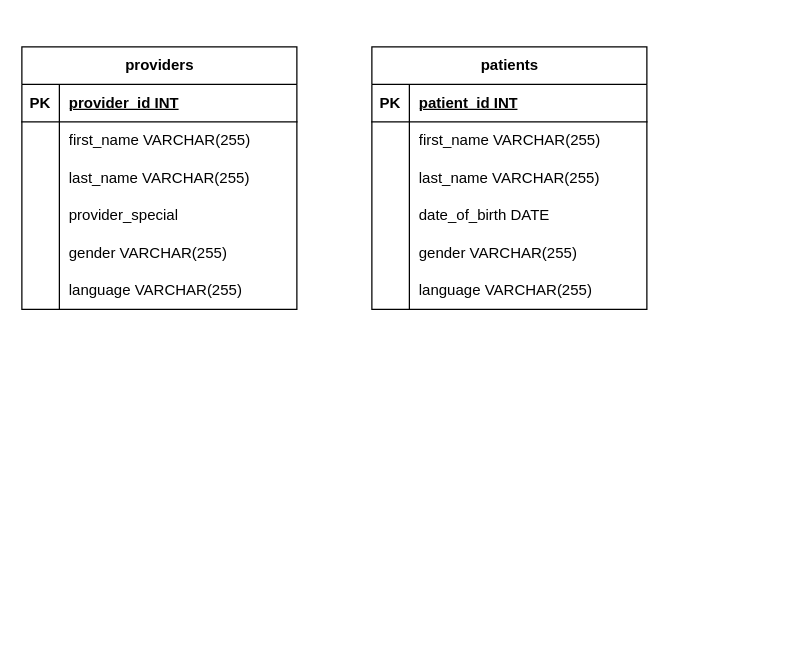
Above: telemedicine.drawio in Kasmelopel91/Tindog (draw.io), before the change. Source tidied: cells renumbered, new cells numbered last; positions are measured from the earlier drawing's top-left corner, leaving out a move shared by most shapes. Both pictures are drawn from the tidied source at 125%, with x=0, y=0 at pixel (21, 46).
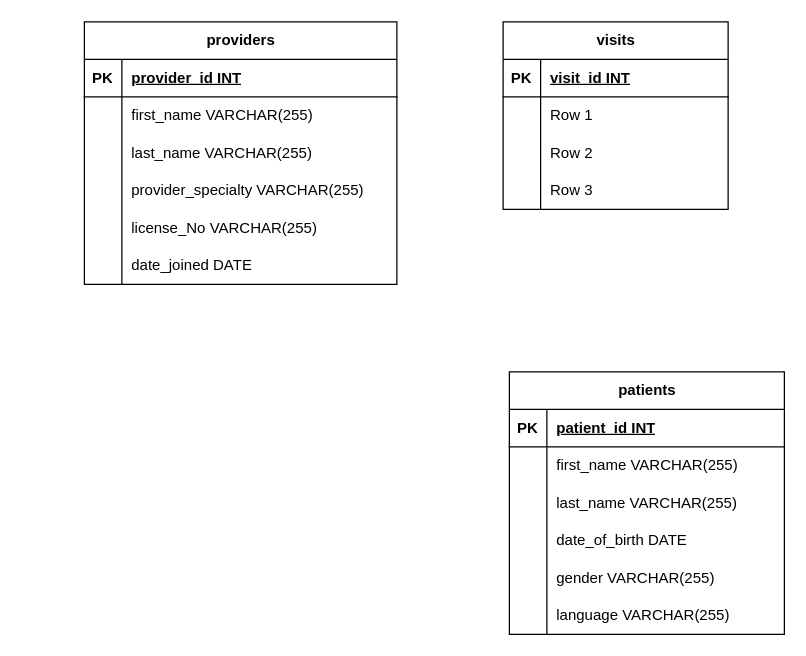
The same diagram, later.

Change to the diagram source:
```diff
@@
     <mxCell id="2" value="patients" style="shape=table;startSize=30;childLayout=tableLayout;rowLines=0;fontStyle=1;align=center;html=1;" parent="1" vertex="1">
-      <mxGeometry x="280" width="220" height="210" as="geometry" />
+      <mxGeometry x="390" y="260" width="220" height="210" as="geometry" />
     </mxCell>
@@
     <mxCell id="21" value="providers" style="shape=table;startSize=30;childLayout=tableLayout;rowLines=0;fontStyle=1;align=center;html=1;" parent="1" vertex="1">
-      <mxGeometry width="220" height="210" as="geometry" />
+      <mxGeometry x="50" y="-20" width="250" height="210" as="geometry" />
     </mxCell>
     <mxCell id="22" style="shape=tableRow;horizontal=0;startSize=0;swimlaneHead=0;swimlaneBody=0;fillColor=none;top=0;left=0;right=0;bottom=1;" parent="21" vertex="1">
-      <mxGeometry y="30" width="220" height="30" as="geometry" />
+      <mxGeometry y="30" width="250" height="30" as="geometry" />
     </mxCell>
@@
     <mxCell id="24" value="provider_id INT" style="shape=partialRectangle;fillColor=none;top=0;left=0;bottom=0;right=0;align=left;spacingLeft=6;fontStyle=5;overflow=hidden;whiteSpace=wrap;html=1;" parent="22" vertex="1">
-      <mxGeometry x="30" width="190" height="30" as="geometry" />
+      <mxGeometry x="30" width="220" height="30" as="geometry" />
     </mxCell>
     <mxCell id="25" style="shape=tableRow;horizontal=0;startSize=0;swimlaneHead=0;swimlaneBody=0;fillColor=none;top=0;left=0;right=0;bottom=0;" parent="21" vertex="1">
-      <mxGeometry y="60" width="220" height="30" as="geometry" />
+      <mxGeometry y="60" width="250" height="30" as="geometry" />
     </mxCell>
@@
     <mxCell id="27" value="first_name VARCHAR(255)" style="shape=partialRectangle;fillColor=none;top=0;left=0;bottom=0;right=0;align=left;spacingLeft=6;overflow=hidden;whiteSpace=wrap;html=1;" parent="25" vertex="1">
-      <mxGeometry x="30" width="190" height="30" as="geometry" />
+      <mxGeometry x="30" width="220" height="30" as="geometry" />
     </mxCell>
     <mxCell id="28" style="shape=tableRow;horizontal=0;startSize=0;swimlaneHead=0;swimlaneBody=0;fillColor=none;top=0;left=0;right=0;bottom=0;" parent="21" vertex="1">
-      <mxGeometry y="90" width="220" height="30" as="geometry" />
+      <mxGeometry y="90" width="250" height="30" as="geometry" />
     </mxCell>
@@
     <mxCell id="30" value="last_name VARCHAR(255)" style="shape=partialRectangle;fillColor=none;top=0;left=0;bottom=0;right=0;align=left;spacingLeft=6;overflow=hidden;whiteSpace=wrap;html=1;" parent="28" vertex="1">
-      <mxGeometry x="30" width="190" height="30" as="geometry" />
+      <mxGeometry x="30" width="220" height="30" as="geometry" />
     </mxCell>
     <mxCell id="31" style="shape=tableRow;horizontal=0;startSize=0;swimlaneHead=0;swimlaneBody=0;fillColor=none;top=0;left=0;right=0;bottom=0;" parent="21" vertex="1">
-      <mxGeometry y="120" width="220" height="30" as="geometry" />
+      <mxGeometry y="120" width="250" height="30" as="geometry" />
     </mxCell>
@@
-    <mxCell id="33" value="provider_special" style="shape=partialRectangle;fillColor=none;top=0;left=0;bottom=0;right=0;align=left;spacingLeft=6;overflow=hidden;whiteSpace=wrap;html=1;" parent="31" vertex="1">
-      <mxGeometry x="30" width="190" height="30" as="geometry" />
+    <mxCell id="33" value="provider_specialty VARCHAR(255)" style="shape=partialRectangle;fillColor=none;top=0;left=0;bottom=0;right=0;align=left;spacingLeft=6;overflow=hidden;whiteSpace=wrap;html=1;" parent="31" vertex="1">
+      <mxGeometry x="30" width="220" height="30" as="geometry" />
     </mxCell>
     <mxCell id="34" style="shape=tableRow;horizontal=0;startSize=0;swimlaneHead=0;swimlaneBody=0;fillColor=none;top=0;left=0;right=0;bottom=0;" parent="21" vertex="1">
-      <mxGeometry y="150" width="220" height="30" as="geometry" />
+      <mxGeometry y="150" width="250" height="30" as="geometry" />
     </mxCell>
@@
-    <mxCell id="36" value="gender VARCHAR(255)" style="shape=partialRectangle;fillColor=none;top=0;left=0;bottom=0;right=0;align=left;spacingLeft=6;overflow=hidden;whiteSpace=wrap;html=1;" parent="34" vertex="1">
-      <mxGeometry x="30" width="190" height="30" as="geometry" />
+    <mxCell id="36" value="license_No VARCHAR(255)" style="shape=partialRectangle;fillColor=none;top=0;left=0;bottom=0;right=0;align=left;spacingLeft=6;overflow=hidden;whiteSpace=wrap;html=1;" parent="34" vertex="1">
+      <mxGeometry x="30" width="220" height="30" as="geometry" />
     </mxCell>
     <mxCell id="37" style="shape=tableRow;horizontal=0;startSize=0;swimlaneHead=0;swimlaneBody=0;fillColor=none;top=0;left=0;right=0;bottom=0;" parent="21" vertex="1">
-      <mxGeometry y="180" width="220" height="30" as="geometry" />
+      <mxGeometry y="180" width="250" height="30" as="geometry" />
     </mxCell>
@@
-    <mxCell id="39" value="language VARCHAR(255)" style="shape=partialRectangle;fillColor=none;top=0;left=0;bottom=0;right=0;align=left;spacingLeft=6;overflow=hidden;whiteSpace=wrap;html=1;" parent="37" vertex="1">
-      <mxGeometry x="30" width="190" height="30" as="geometry" />
+    <mxCell id="39" value="date_joined DATE" style="shape=partialRectangle;fillColor=none;top=0;left=0;bottom=0;right=0;align=left;spacingLeft=6;overflow=hidden;whiteSpace=wrap;html=1;" parent="37" vertex="1">
+      <mxGeometry x="30" width="220" height="30" as="geometry" />
     </mxCell>
+    <mxCell id="40" value="visits" style="shape=table;startSize=30;childLayout=tableLayout;rowLines=0;fontStyle=1;align=center;html=1;" parent="1" vertex="1">
+      <mxGeometry x="385" y="-20" width="180" height="150" as="geometry" />
+    </mxCell>
+    <mxCell id="41" style="shape=tableRow;horizontal=0;startSize=0;swimlaneHead=0;swimlaneBody=0;fillColor=none;top=0;left=0;right=0;bottom=1;" parent="40" vertex="1">
+      <mxGeometry y="30" width="180" height="30" as="geometry" />
+    </mxCell>
+    <mxCell id="42" value="PK" style="shape=partialRectangle;fillColor=none;top=0;left=0;bottom=0;right=0;fontStyle=1;overflow=hidden;whiteSpace=wrap;html=1;" parent="41" vertex="1">
+      <mxGeometry width="30" height="30" as="geometry" />
+    </mxCell>
+    <mxCell id="43" value="visit_id INT" style="shape=partialRectangle;fillColor=none;top=0;left=0;bottom=0;right=0;align=left;spacingLeft=6;fontStyle=5;overflow=hidden;whiteSpace=wrap;html=1;" parent="41" vertex="1">
+      <mxGeometry x="30" width="150" height="30" as="geometry" />
+    </mxCell>
+    <mxCell id="44" style="shape=tableRow;horizontal=0;startSize=0;swimlaneHead=0;swimlaneBody=0;fillColor=none;top=0;left=0;right=0;bottom=0;" parent="40" vertex="1">
+      <mxGeometry y="60" width="180" height="30" as="geometry" />
+    </mxCell>
+    <mxCell id="45" style="shape=partialRectangle;fillColor=none;top=0;left=0;bottom=0;right=0;overflow=hidden;whiteSpace=wrap;html=1;" parent="44" vertex="1">
+      <mxGeometry width="30" height="30" as="geometry" />
+    </mxCell>
+    <mxCell id="46" value="Row 1" style="shape=partialRectangle;fillColor=none;top=0;left=0;bottom=0;right=0;align=left;spacingLeft=6;overflow=hidden;whiteSpace=wrap;html=1;" parent="44" vertex="1">
+      <mxGeometry x="30" width="150" height="30" as="geometry" />
+    </mxCell>
+    <mxCell id="47" style="shape=tableRow;horizontal=0;startSize=0;swimlaneHead=0;swimlaneBody=0;fillColor=none;top=0;left=0;right=0;bottom=0;" parent="40" vertex="1">
+      <mxGeometry y="90" width="180" height="30" as="geometry" />
+    </mxCell>
+    <mxCell id="48" style="shape=partialRectangle;fillColor=none;top=0;left=0;bottom=0;right=0;overflow=hidden;whiteSpace=wrap;html=1;" parent="47" vertex="1">
+      <mxGeometry width="30" height="30" as="geometry" />
+    </mxCell>
+    <mxCell id="49" value="Row 2" style="shape=partialRectangle;fillColor=none;top=0;left=0;bottom=0;right=0;align=left;spacingLeft=6;overflow=hidden;whiteSpace=wrap;html=1;" parent="47" vertex="1">
+      <mxGeometry x="30" width="150" height="30" as="geometry" />
+    </mxCell>
+    <mxCell id="50" style="shape=tableRow;horizontal=0;startSize=0;swimlaneHead=0;swimlaneBody=0;fillColor=none;top=0;left=0;right=0;bottom=0;" parent="40" vertex="1">
+      <mxGeometry y="120" width="180" height="30" as="geometry" />
+    </mxCell>
+    <mxCell id="51" style="shape=partialRectangle;fillColor=none;top=0;left=0;bottom=0;right=0;overflow=hidden;whiteSpace=wrap;html=1;" parent="50" vertex="1">
+      <mxGeometry width="30" height="30" as="geometry" />
+    </mxCell>
+    <mxCell id="52" value="Row 3" style="shape=partialRectangle;fillColor=none;top=0;left=0;bottom=0;right=0;align=left;spacingLeft=6;overflow=hidden;whiteSpace=wrap;html=1;" parent="50" vertex="1">
+      <mxGeometry x="30" width="150" height="30" as="geometry" />
+    </mxCell>
```
